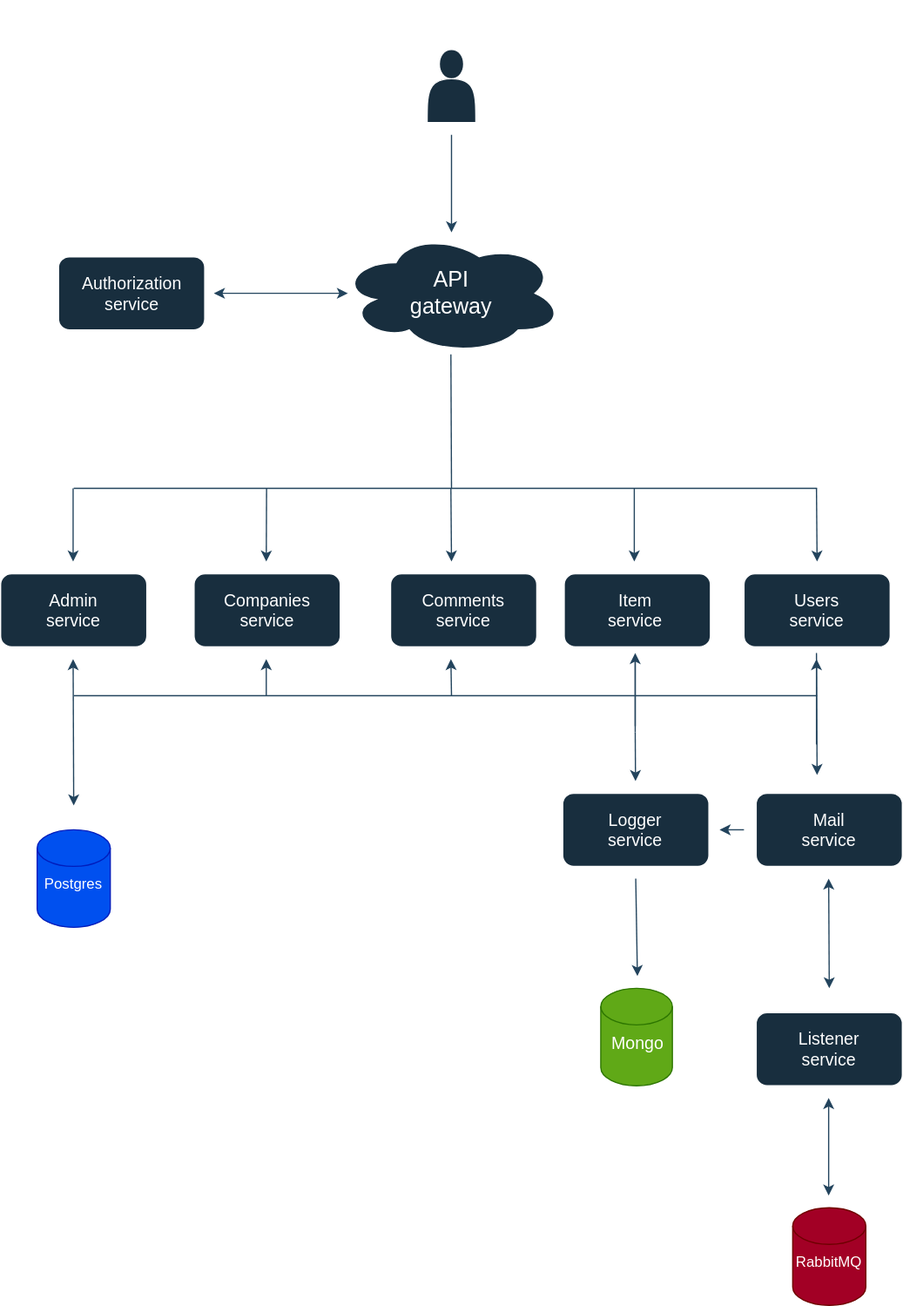
The draw.io diagram all/shopper-micro.drawio.svg in havrydotdev/diagrams, before a commit. Source tidied: cells renumbered, new cells last; positions are measured from the earlier drawing's top-left corner, leaving out a move shared by most shapes.
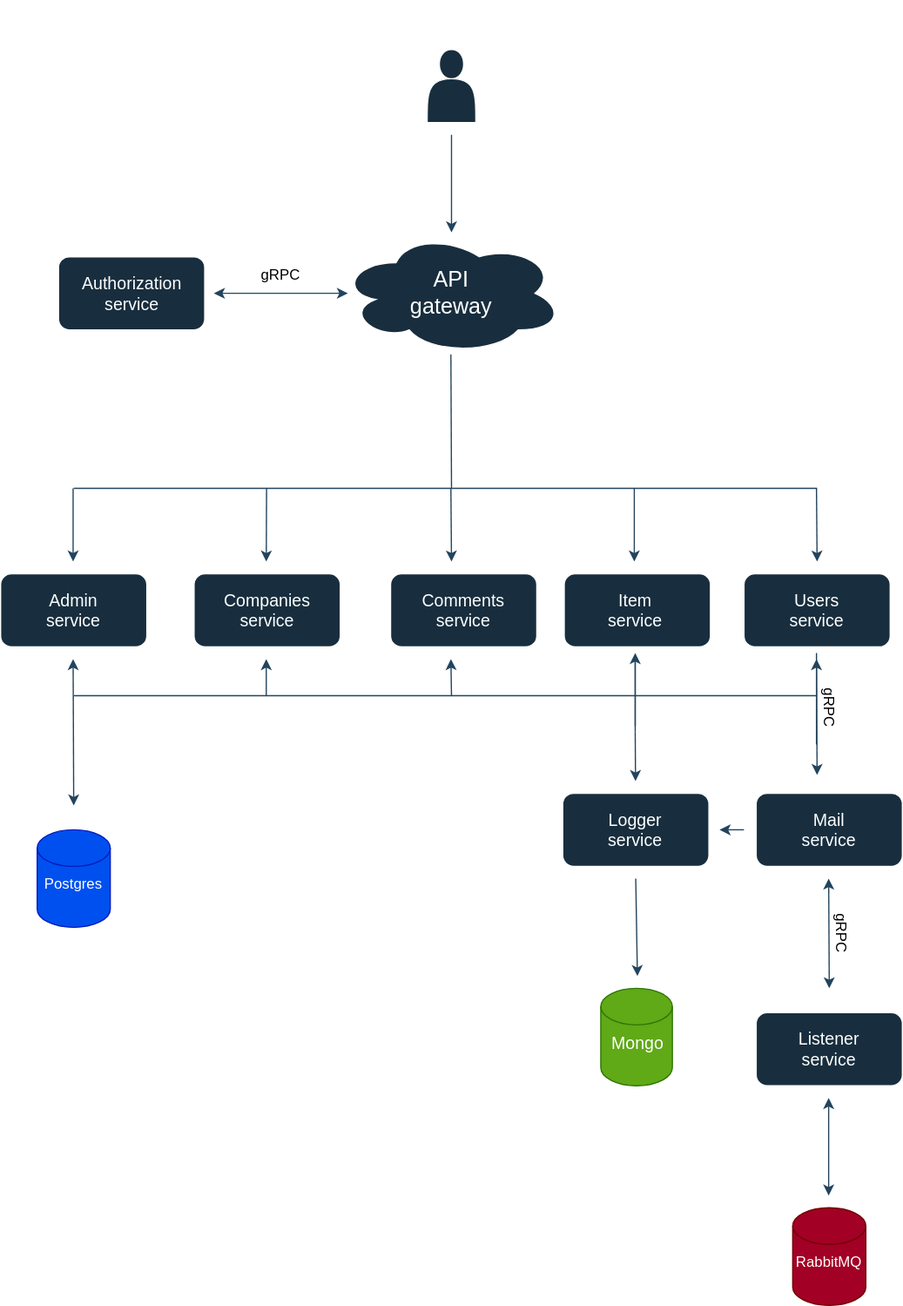
After the change.

Change to the diagram source:
```diff
@@ -26,7 +26,7 @@
     <mxCell id="8" style="rounded=1;whiteSpace=wrap;html=1;labelBackgroundColor=none;fillColor=#182E3E;strokeColor=#FFFFFF;fontColor=#FFFFFF;" parent="1" vertex="1">
       <mxGeometry x="47.5" y="210" width="120" height="60" as="geometry" />
     </mxCell>
-    <mxCell id="9" value="gRPC" style="text;strokeColor=none;align=center;fillColor=none;html=1;verticalAlign=middle;whiteSpace=wrap;rounded=0;labelBackgroundColor=none;fontColor=#FFFFFF;" parent="1" vertex="1">
+    <mxCell id="9" value="&lt;font color=&quot;#000000&quot;&gt;gRPC&lt;/font&gt;" style="text;align=center;html=1;verticalAlign=middle;whiteSpace=wrap;rounded=0;labelBackgroundColor=none;" parent="1" vertex="1">
       <mxGeometry x="200" y="210" width="60" height="30" as="geometry" />
     </mxCell>
     <mxCell id="10" value="&lt;font style=&quot;font-size: 14px;&quot;&gt;Authorization service&lt;/font&gt;" style="text;strokeColor=none;align=center;fillColor=none;html=1;verticalAlign=middle;whiteSpace=wrap;rounded=0;labelBackgroundColor=none;fontColor=#FFFFFF;" parent="1" vertex="1">
@@ -110,7 +110,7 @@
     <mxCell id="31" value="&lt;font style=&quot;font-size: 12px;&quot;&gt;RabbitMQ&lt;/font&gt;" style="text;strokeColor=none;align=center;fillColor=none;html=1;verticalAlign=middle;whiteSpace=wrap;rounded=0;labelBackgroundColor=none;fontColor=#FFFFFF;" parent="1" vertex="1">
       <mxGeometry x="650" y="1020" width="60" height="30" as="geometry" />
     </mxCell>
-    <mxCell id="32" value="gRPC" style="text;strokeColor=none;align=center;fillColor=none;html=1;verticalAlign=middle;whiteSpace=wrap;rounded=0;rotation=90;labelBackgroundColor=none;fontColor=#FFFFFF;" parent="1" vertex="1">
+    <mxCell id="32" value="&lt;font color=&quot;#000000&quot;&gt;gRPC&lt;/font&gt;" style="text;strokeColor=none;align=center;fillColor=none;html=1;verticalAlign=middle;whiteSpace=wrap;rounded=0;rotation=90;labelBackgroundColor=none;fontColor=#FFFFFF;" parent="1" vertex="1">
       <mxGeometry x="660" y="750" width="60" height="30" as="geometry" />
     </mxCell>
     <mxCell id="33" style="endArrow=classic;html=1;rounded=0;labelBackgroundColor=none;strokeColor=#23445D;fontColor=default;" parent="1" edge="1">
@@ -167,7 +167,7 @@
         <mxPoint x="670" y="460" as="targetPoint" />
       </mxGeometry>
     </mxCell>
-    <mxCell id="42" value="gRPC" style="text;strokeColor=none;align=center;fillColor=none;html=1;verticalAlign=middle;whiteSpace=wrap;rounded=0;fontColor=#FFFFFF;rotation=90;" parent="1" vertex="1">
+    <mxCell id="42" value="&lt;font color=&quot;#000000&quot;&gt;gRPC&lt;/font&gt;" style="text;strokeColor=none;align=center;fillColor=none;html=1;verticalAlign=middle;whiteSpace=wrap;rounded=0;fontColor=#FFFFFF;rotation=90;" parent="1" vertex="1">
       <mxGeometry x="650" y="565" width="60" height="30" as="geometry" />
     </mxCell>
     <mxCell id="43" style="rounded=1;whiteSpace=wrap;html=1;labelBackgroundColor=none;fillColor=#182E3E;strokeColor=#FFFFFF;fontColor=#FFFFFF;" parent="1" vertex="1">
```
